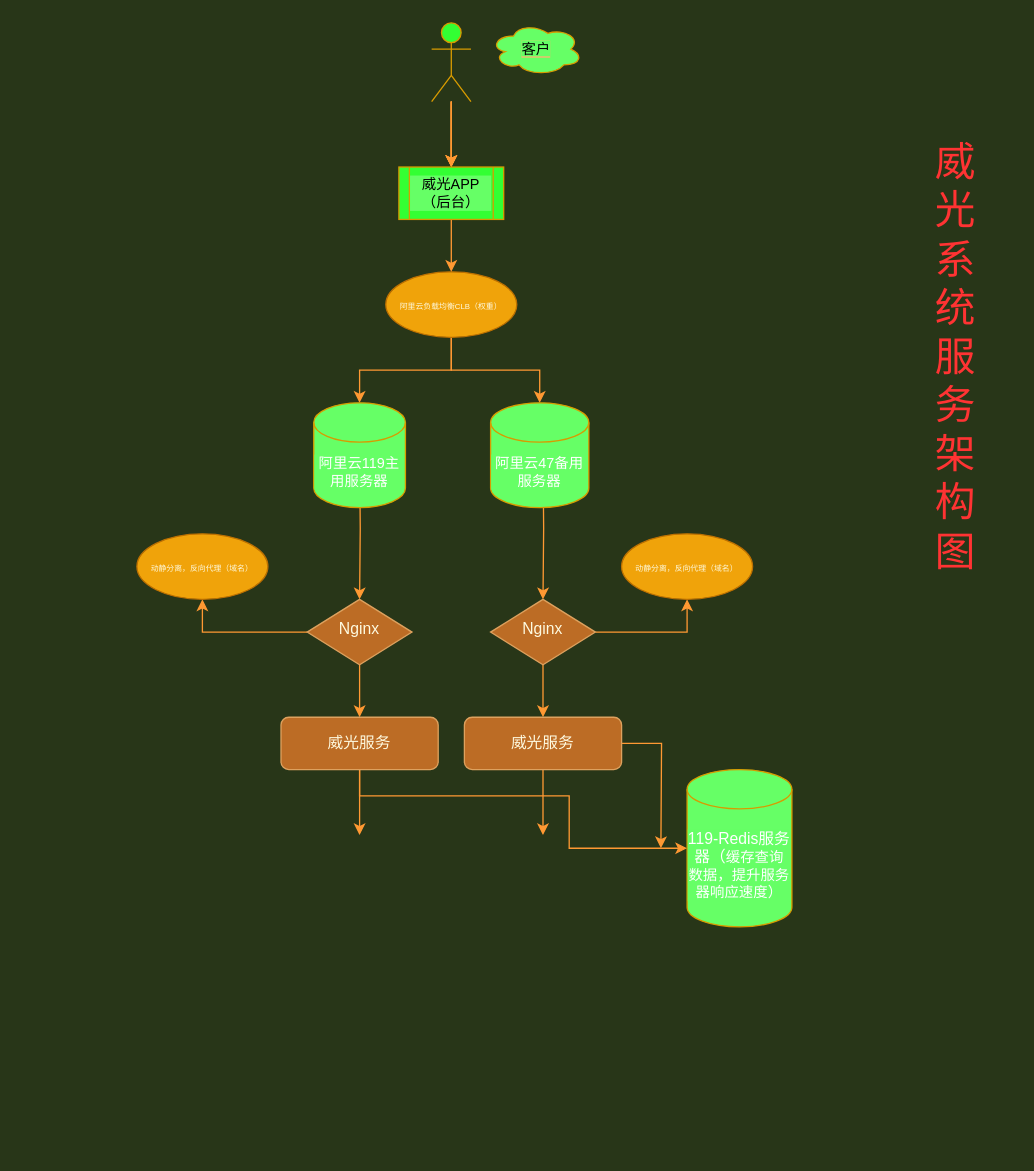
ModestMrD/draw keeps this draw.io diagram as Untitled Diagram.drawio. Above is the earlier version. Source tidied: cells renumbered, new cells numbered last; positions are measured from the earlier drawing's top-left corner, leaving out a move shared by most shapes. Both pictures are drawn from the tidied source at 131%, with x=0, y=0 at pixel (136, 22).
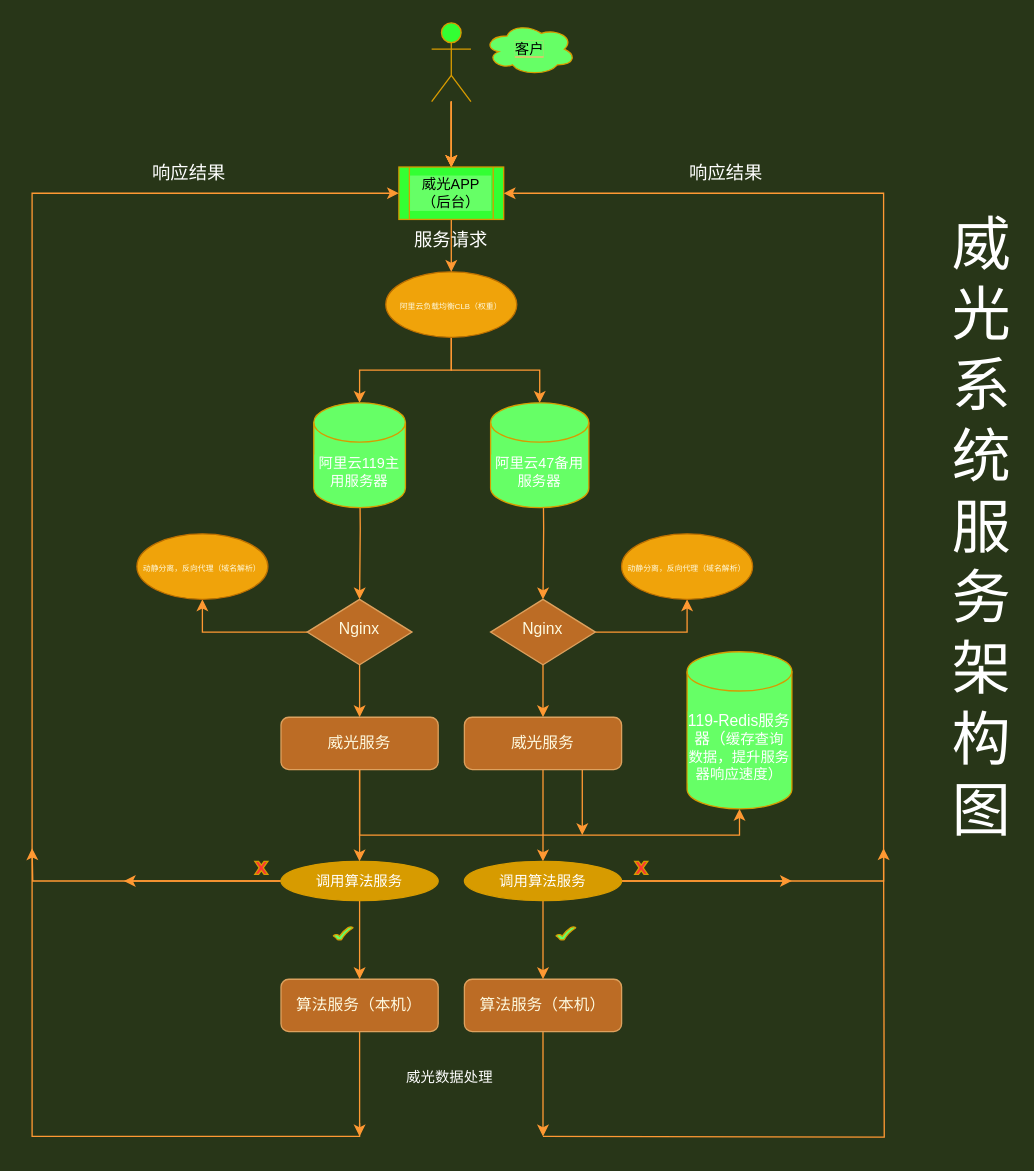
The same page after the edit.

The change refers to these unchanged cells:
```xml
<mxCell id="8" value="威光服务" style="rounded=1;whiteSpace=wrap;html=1;fontSize=12;glass=0;strokeWidth=1;shadow=0;fillColor=#BC6C25;strokeColor=#DDA15E;fontColor=#FEFAE0;" parent="1" vertex="1">
  <mxGeometry x="110" y="530" width="120" height="40" as="geometry" />
</mxCell>
<mxCell id="12" value="&lt;font color=&quot;#fefae0&quot;&gt;&lt;span style=&quot;font-size: 6px&quot;&gt;阿里云负载均衡CLB（权重）&lt;/span&gt;&lt;/font&gt;" style="ellipse;whiteSpace=wrap;html=1;fillColor=#f0a30a;strokeColor=#BD7000;fontColor=#000000;" parent="1" vertex="1">
  <mxGeometry x="190" y="190" width="100" height="50" as="geometry" />
</mxCell>
<mxCell id="18" value="威光服务" style="rounded=1;whiteSpace=wrap;html=1;fontSize=12;glass=0;strokeWidth=1;shadow=0;fillColor=#BC6C25;strokeColor=#DDA15E;fontColor=#FEFAE0;" parent="1" vertex="1">
  <mxGeometry x="250" y="530" width="120" height="40" as="geometry" />
</mxCell>
<mxCell id="28" value="威光APP（后台）" style="shape=process;whiteSpace=wrap;html=1;backgroundOutline=1;labelBackgroundColor=#66FF66;fontSize=11;fontColor=#000000;strokeColor=#D79B00;fillColor=#33FF33;" parent="1" vertex="1">
  <mxGeometry x="200" y="110" width="80" height="40" as="geometry" />
</mxCell>
```

The edit, as a diff of the source:
```diff
@@
     <mxCell id="6" style="edgeStyle=orthogonalEdgeStyle;rounded=0;jettySize=auto;html=1;fontSize=31;fontColor=#FF3333;strokeColor=#FF9933;" parent="1" edge="1" source="8">
       <mxGeometry relative="1" as="geometry">
-        <mxPoint x="170" y="620" as="targetPoint" />
+        <mxPoint x="170" y="640" as="targetPoint" />
         <Array as="points">
-          <mxPoint x="170" y="600" />
-          <mxPoint x="170" y="600" />
+          <mxPoint x="170" y="630" />
+          <mxPoint x="170" y="630" />
         </Array>
       </mxGeometry>
     </mxCell>
-    <mxCell id="7" style="edgeStyle=orthogonalEdgeStyle;rounded=0;jettySize=auto;html=1;entryX=0;entryY=0.5;entryDx=0;entryDy=0;entryPerimeter=0;fontSize=11;fontColor=#FF3333;strokeColor=#FF9933;" parent="1" edge="1" source="8" target="21">
+    <mxCell id="7" style="edgeStyle=orthogonalEdgeStyle;rounded=0;jettySize=auto;html=1;entryX=0.5;entryY=1;entryDx=0;entryDy=0;entryPerimeter=0;fontSize=11;fontColor=#FFFFFF;strokeColor=#FF9933;" parent="1" edge="1" source="8" target="21">
       <mxGeometry relative="1" as="geometry">
         <Array as="points">
-          <mxPoint x="170" y="590" />
-          <mxPoint x="330" y="590" />
-          <mxPoint x="330" y="630" />
+          <mxPoint x="170" y="620" />
+          <mxPoint x="460" y="620" />
         </Array>
       </mxGeometry>
     </mxCell>
@@
     <mxCell id="16" style="edgeStyle=orthogonalEdgeStyle;rounded=0;jettySize=auto;html=1;strokeColor=#FF9933;" parent="1" edge="1" source="18">
       <mxGeometry relative="1" as="geometry">
-        <mxPoint x="310" y="620" as="targetPoint" />
+        <mxPoint x="310" y="640" as="targetPoint" />
       </mxGeometry>
     </mxCell>
-    <mxCell id="17" style="edgeStyle=orthogonalEdgeStyle;rounded=0;jettySize=auto;html=1;fontSize=31;fontColor=#FF3333;strokeColor=#FF9933;" parent="1" edge="1" source="18">
-      <mxGeometry relative="1" as="geometry">
-        <mxPoint x="400" y="630" as="targetPoint" />
-      </mxGeometry>
-    </mxCell>
+    <mxCell id="33" style="edgeStyle=orthogonalEdgeStyle;rounded=0;jettySize=auto;html=1;exitX=0.75;exitY=1;exitDx=0;exitDy=0;fontSize=11;fontColor=#000000;strokeColor=#FF9933;" parent="1" edge="1" source="18">
+      <mxGeometry relative="1" as="geometry">
+        <mxPoint x="340" y="620" as="targetPoint" />
+      </mxGeometry>
+    </mxCell>
@@
-    <mxCell id="19" value="&lt;font color=&quot;#ff3333&quot; style=&quot;font-size: 31px&quot;&gt;威光系统服务架构图&lt;/font&gt;" style="text;html=1;strokeColor=none;fillColor=none;align=center;verticalAlign=middle;whiteSpace=wrap;rounded=0;" parent="1" vertex="1">
-      <mxGeometry x="610" y="120" width="30" height="270" as="geometry" />
+    <mxCell id="19" value="&lt;font style=&quot;font-size: 45px&quot; color=&quot;#ffffff&quot;&gt;威光系统服务架构图&lt;/font&gt;" style="text;html=1;strokeColor=none;fillColor=none;align=center;verticalAlign=middle;whiteSpace=wrap;rounded=0;" parent="1" vertex="1">
+      <mxGeometry x="630" y="50" width="30" height="670" as="geometry" />
     </mxCell>
-    <mxCell id="20" value="&lt;font color=&quot;#fefae0&quot;&gt;&lt;span style=&quot;font-size: 6px&quot;&gt;动静分离，反向代理（域名）&lt;/span&gt;&lt;/font&gt;" style="ellipse;whiteSpace=wrap;html=1;fillColor=#f0a30a;strokeColor=#BD7000;fontColor=#000000;" parent="1" vertex="1">
+    <mxCell id="20" value="&lt;font color=&quot;#fefae0&quot;&gt;&lt;span style=&quot;font-size: 6px&quot;&gt;动静分离，反向代理（域名解析）&lt;/span&gt;&lt;/font&gt;" style="ellipse;whiteSpace=wrap;html=1;fillColor=#f0a30a;strokeColor=#BD7000;fontColor=#000000;" parent="1" vertex="1">
       <mxGeometry x="370" y="390" width="100" height="50" as="geometry" />
     </mxCell>
     <mxCell id="21" value="&lt;font color=&quot;#ffffff&quot;&gt;&lt;span style=&quot;font-size: 12px ; text-align: left&quot;&gt;119-Redis服务器（&lt;/span&gt;&lt;span style=&quot;text-align: left&quot;&gt;缓存查询数据，提升服务器响应速度）&lt;/span&gt;&lt;/font&gt;" style="shape=cylinder3;whiteSpace=wrap;html=1;boundedLbl=1;backgroundOutline=1;size=15;labelBackgroundColor=#66FF66;fontSize=11;fontColor=#66FF66;strokeColor=#D79B00;fillColor=#66FF66;" parent="1" vertex="1">
-      <mxGeometry x="420" y="570" width="80" height="120" as="geometry" />
+      <mxGeometry x="420" y="480" width="80" height="120" as="geometry" />
     </mxCell>
@@
-    <mxCell id="27" style="edgeStyle=orthogonalEdgeStyle;rounded=0;jettySize=auto;html=1;entryX=0.5;entryY=0;entryDx=0;entryDy=0;fontSize=11;fontColor=#000000;strokeColor=#FF9933;" parent="1" edge="1" source="28" target="12">
+    <mxCell id="27" style="edgeStyle=orthogonalEdgeStyle;rounded=0;jettySize=auto;html=1;entryX=0.5;entryY=0;entryDx=0;entryDy=0;fontSize=14;fontColor=#FFFFFF;strokeColor=#FF9933;" parent="1" edge="1" source="28" target="12">
       <mxGeometry relative="1" as="geometry" />
     </mxCell>
@@
     <mxCell id="29" value="&lt;font color=&quot;#000000&quot; style=&quot;background-color: rgb(102 , 255 , 102)&quot;&gt;客户&lt;/font&gt;" style="ellipse;shape=cloud;whiteSpace=wrap;html=1;labelBackgroundColor=#FFB570;fontSize=11;fontColor=#FFFFFF;strokeColor=#D79B00;fillColor=#66FF66;" parent="1" vertex="1">
-      <mxGeometry x="270" width="70" height="40" as="geometry" />
+      <mxGeometry x="265" width="70" height="40" as="geometry" />
     </mxCell>
-    <mxCell id="30" value="&lt;font color=&quot;#fefae0&quot;&gt;&lt;span style=&quot;font-size: 6px&quot;&gt;动静分离，反向代理（域名）&lt;/span&gt;&lt;/font&gt;" style="ellipse;whiteSpace=wrap;html=1;fillColor=#f0a30a;strokeColor=#BD7000;fontColor=#000000;" parent="1" vertex="1">
+    <mxCell id="30" value="&lt;font color=&quot;#fefae0&quot;&gt;&lt;span style=&quot;font-size: 6px&quot;&gt;动静分离，反向代理（域名解析）&lt;/span&gt;&lt;/font&gt;" style="ellipse;whiteSpace=wrap;html=1;fillColor=#f0a30a;strokeColor=#BD7000;fontColor=#000000;" parent="1" vertex="1">
       <mxGeometry y="390" width="100" height="50" as="geometry" />
     </mxCell>
@@
+    <mxCell id="34" style="edgeStyle=orthogonalEdgeStyle;rounded=0;jettySize=auto;html=1;fontSize=14;fontColor=#FFFFFF;strokeColor=#FF9933;" parent="1" edge="1" source="35">
+      <mxGeometry relative="1" as="geometry">
+        <mxPoint x="170" y="850" as="targetPoint" />
+      </mxGeometry>
+    </mxCell>
+    <mxCell id="35" value="算法服务（本机）" style="rounded=1;whiteSpace=wrap;html=1;fontSize=12;glass=0;strokeWidth=1;shadow=0;fillColor=#BC6C25;strokeColor=#DDA15E;fontColor=#FEFAE0;" parent="1" vertex="1">
+      <mxGeometry x="110" y="730" width="120" height="40" as="geometry" />
+    </mxCell>
+    <mxCell id="36" style="edgeStyle=orthogonalEdgeStyle;rounded=0;jettySize=auto;html=1;fontSize=14;fontColor=#FFFFFF;strokeColor=#FF9933;" parent="1" edge="1" source="37">
+      <mxGeometry relative="1" as="geometry">
+        <mxPoint x="310" y="850" as="targetPoint" />
+      </mxGeometry>
+    </mxCell>
+    <mxCell id="37" value="算法服务（本机）" style="rounded=1;whiteSpace=wrap;html=1;fontSize=12;glass=0;strokeWidth=1;shadow=0;fillColor=#BC6C25;strokeColor=#DDA15E;fontColor=#FEFAE0;" parent="1" vertex="1">
+      <mxGeometry x="250" y="730" width="120" height="40" as="geometry" />
+    </mxCell>
+    <mxCell id="38" style="edgeStyle=orthogonalEdgeStyle;rounded=0;jettySize=auto;html=1;fontSize=11;fontColor=#000000;strokeColor=#FF9933;entryX=0;entryY=0.5;entryDx=0;entryDy=0;" parent="1" edge="1" target="28">
+      <mxGeometry relative="1" as="geometry">
+        <mxPoint x="170" y="840" as="sourcePoint" />
+        <Array as="points">
+          <mxPoint x="-80" y="850" />
+          <mxPoint x="-80" y="130" />
+        </Array>
+      </mxGeometry>
+    </mxCell>
+    <mxCell id="39" style="edgeStyle=orthogonalEdgeStyle;rounded=0;orthogonalLoop=1;jettySize=auto;html=1;fontSize=11;fontColor=#FFFFFF;strokeColor=#FF9933;" parent="1" edge="1">
+      <mxGeometry relative="1" as="geometry">
+        <mxPoint x="310" y="850" as="sourcePoint" />
+        <mxPoint x="570" y="630" as="targetPoint" />
+      </mxGeometry>
+    </mxCell>
+    <mxCell id="40" style="edgeStyle=orthogonalEdgeStyle;rounded=0;jettySize=auto;html=1;entryX=0.5;entryY=0;entryDx=0;entryDy=0;fontSize=11;fontColor=#FFFFFF;strokeColor=#FF9933;" parent="1" edge="1" source="43" target="35">
+      <mxGeometry relative="1" as="geometry" />
+    </mxCell>
+    <mxCell id="41" style="edgeStyle=orthogonalEdgeStyle;rounded=0;jettySize=auto;html=1;fontSize=11;fontColor=#FFFFFF;strokeColor=#FF9933;" parent="1" edge="1" source="43">
+      <mxGeometry relative="1" as="geometry">
+        <mxPoint x="-80" y="630" as="targetPoint" />
+      </mxGeometry>
+    </mxCell>
+    <mxCell id="42" style="edgeStyle=orthogonalEdgeStyle;rounded=0;jettySize=auto;html=1;fontSize=11;fontColor=#FFFFFF;strokeColor=#FF9933;" parent="1" edge="1" source="43">
+      <mxGeometry relative="1" as="geometry">
+        <mxPoint x="-10" y="655" as="targetPoint" />
+      </mxGeometry>
+    </mxCell>
+    <mxCell id="43" value="调用算法服务" style="ellipse;whiteSpace=wrap;html=1;labelBackgroundColor=none;fontSize=11;fontColor=#FFFFFF;strokeColor=#D79B00;fillColor=#D79B00;" parent="1" vertex="1">
+      <mxGeometry x="110" y="640" width="120" height="30" as="geometry" />
+    </mxCell>
+    <mxCell id="44" style="edgeStyle=orthogonalEdgeStyle;rounded=0;jettySize=auto;html=1;entryX=0.5;entryY=0;entryDx=0;entryDy=0;fontSize=11;fontColor=#FFFFFF;strokeColor=#FF9933;" parent="1" edge="1" source="47" target="37">
+      <mxGeometry relative="1" as="geometry" />
+    </mxCell>
+    <mxCell id="45" style="edgeStyle=orthogonalEdgeStyle;rounded=0;jettySize=auto;html=1;fontSize=11;fontColor=#FFFFFF;strokeColor=#FF9933;entryX=1;entryY=0.5;entryDx=0;entryDy=0;" parent="1" edge="1" source="47" target="28">
+      <mxGeometry relative="1" as="geometry">
+        <Array as="points">
+          <mxPoint x="570" y="655" />
+          <mxPoint x="570" y="130" />
+        </Array>
+      </mxGeometry>
+    </mxCell>
+    <mxCell id="46" style="edgeStyle=orthogonalEdgeStyle;rounded=0;jettySize=auto;html=1;fontSize=11;fontColor=#FFFFFF;strokeColor=#FF9933;" parent="1" edge="1" source="47">
+      <mxGeometry relative="1" as="geometry">
+        <mxPoint x="500" y="655" as="targetPoint" />
+      </mxGeometry>
+    </mxCell>
+    <mxCell id="47" value="调用算法服务" style="ellipse;whiteSpace=wrap;html=1;labelBackgroundColor=none;fontSize=11;fontColor=#FFFFFF;strokeColor=#D79B00;fillColor=#D79B00;" parent="1" vertex="1">
+      <mxGeometry x="250" y="640" width="120" height="30" as="geometry" />
+    </mxCell>
+    <mxCell id="48" value="威光数据处理" style="text;html=1;strokeColor=none;fillColor=none;align=center;verticalAlign=middle;whiteSpace=wrap;rounded=0;labelBackgroundColor=none;fontSize=11;fontColor=#FFFFFF;" parent="1" vertex="1">
+      <mxGeometry x="184" y="790" width="110" height="30" as="geometry" />
+    </mxCell>
+    <mxCell id="49" style="verticalLabelPosition=bottom;verticalAlign=top;html=1;shape=mxgraph.basic.tick;labelBackgroundColor=none;fontSize=11;fontColor=#FFFFFF;strokeColor=#D79B00;fillColor=#66FF66;" parent="1" vertex="1">
+      <mxGeometry x="150" y="690" width="15" height="10" as="geometry" />
+    </mxCell>
+    <mxCell id="50" style="verticalLabelPosition=bottom;verticalAlign=top;html=1;shape=mxgraph.basic.tick;labelBackgroundColor=none;fontSize=11;fontColor=#FFFFFF;strokeColor=#D79B00;fillColor=#66FF66;" parent="1" vertex="1">
+      <mxGeometry x="320" y="690" width="15" height="10" as="geometry" />
+    </mxCell>
+    <mxCell id="51" style="verticalLabelPosition=bottom;verticalAlign=top;html=1;shape=mxgraph.basic.x;labelBackgroundColor=none;fontSize=11;fontColor=#FFFFFF;strokeColor=#D79B00;fillColor=#FF3333;" parent="1" vertex="1">
+      <mxGeometry x="90" y="640" width="10" height="10" as="geometry" />
+    </mxCell>
+    <mxCell id="52" style="verticalLabelPosition=bottom;verticalAlign=top;html=1;shape=mxgraph.basic.x;labelBackgroundColor=none;fontSize=11;fontColor=#FFFFFF;strokeColor=#D79B00;fillColor=#FF3333;" parent="1" vertex="1">
+      <mxGeometry x="380" y="640" width="10" height="10" as="geometry" />
+    </mxCell>
+    <mxCell id="53" value="&lt;font style=&quot;font-size: 14px&quot;&gt;服务请求&lt;/font&gt;" style="text;html=1;strokeColor=none;fillColor=none;align=left;verticalAlign=middle;whiteSpace=wrap;rounded=0;labelBackgroundColor=none;fontSize=45;fontColor=#FFFFFF;" parent="1" vertex="1">
+      <mxGeometry x="210" y="110" width="60" height="90" as="geometry" />
+    </mxCell>
+    <mxCell id="54" value="响应结果" style="text;html=1;strokeColor=none;fillColor=none;align=center;verticalAlign=middle;whiteSpace=wrap;rounded=0;labelBackgroundColor=none;fontSize=14;fontColor=#FFFFFF;" parent="1" vertex="1">
+      <mxGeometry x="10" y="100" width="60" height="30" as="geometry" />
+    </mxCell>
+    <mxCell id="55" value="响应结果" style="text;html=1;strokeColor=none;fillColor=none;align=center;verticalAlign=middle;whiteSpace=wrap;rounded=0;labelBackgroundColor=none;fontSize=14;fontColor=#FFFFFF;" parent="1" vertex="1">
+      <mxGeometry x="420" y="100" width="60" height="30" as="geometry" />
+    </mxCell>
```
